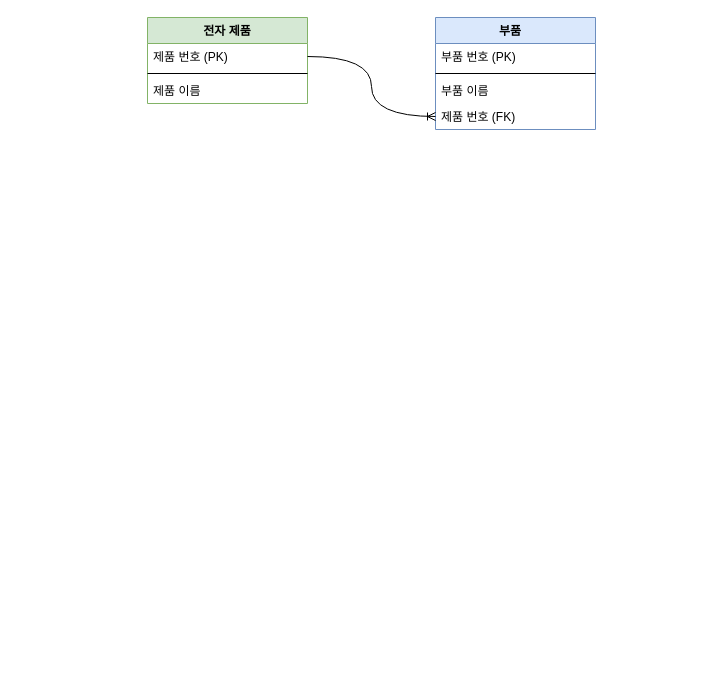
johoon-Choi/SQL_study keeps this draw.io diagram as ERD/Untitled Diagram.drawio. Above is the earlier version. Source tidied: cells renumbered, new cells numbered last; positions are measured from the earlier drawing's top-left corner, leaving out a move shared by most shapes. Both pictures are drawn from the tidied source at 100%, with x=0, y=0 at pixel (147, 17).
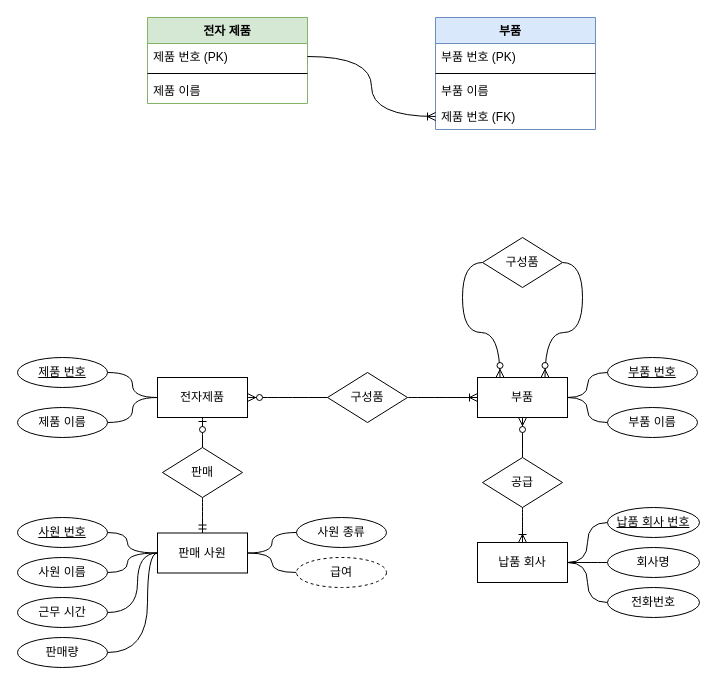
The same page after the edit.

Diff of the diagram source:
```diff
@@
+    <mxCell id="12" style="edgeStyle=orthogonalEdgeStyle;curved=1;rounded=0;jettySize=auto;html=1;exitX=1;exitY=0.5;exitDx=0;exitDy=0;entryX=0;entryY=0.5;entryDx=0;entryDy=0;endArrow=none;endFill=0;startArrow=ERzeroToMany;startFill=1;" parent="1" edge="1" source="14" target="23">
+      <mxGeometry relative="1" as="geometry" />
+    </mxCell>
+    <mxCell id="13" style="edgeStyle=orthogonalEdgeStyle;curved=1;rounded=0;jettySize=auto;html=1;exitX=0.5;exitY=1;exitDx=0;exitDy=0;entryX=0.5;entryY=0;entryDx=0;entryDy=0;startArrow=ERzeroToOne;startFill=1;endArrow=none;endFill=0;" parent="1" edge="1" source="14" target="47">
+      <mxGeometry relative="1" as="geometry" />
+    </mxCell>
+    <mxCell id="14" value="전자제품" style="rounded=0;whiteSpace=wrap;html=1;" parent="1" vertex="1">
+      <mxGeometry x="10" y="360" width="90" height="40" as="geometry" />
+    </mxCell>
+    <mxCell id="15" style="edgeStyle=orthogonalEdgeStyle;curved=1;rounded=0;jettySize=auto;html=1;exitX=0.5;exitY=1;exitDx=0;exitDy=0;entryX=0.5;entryY=0;entryDx=0;entryDy=0;startArrow=ERzeroToMany;startFill=1;endArrow=none;endFill=0;" parent="1" edge="1" source="17" target="32">
+      <mxGeometry relative="1" as="geometry" />
+    </mxCell>
+    <mxCell id="16" style="edgeStyle=orthogonalEdgeStyle;curved=1;rounded=0;jettySize=auto;html=1;exitX=1;exitY=0.5;exitDx=0;exitDy=0;entryX=0;entryY=0.5;entryDx=0;entryDy=0;startArrow=none;startFill=0;endArrow=none;endFill=0;" parent="1" edge="1" source="17" target="35">
+      <mxGeometry relative="1" as="geometry" />
+    </mxCell>
+    <mxCell id="17" value="부품" style="rounded=0;whiteSpace=wrap;html=1;" parent="1" vertex="1">
+      <mxGeometry x="330" y="360" width="90" height="40" as="geometry" />
+    </mxCell>
+    <mxCell id="18" style="edgeStyle=orthogonalEdgeStyle;curved=1;rounded=0;jettySize=auto;html=1;exitX=1;exitY=0.5;exitDx=0;exitDy=0;entryX=0;entryY=0.5;entryDx=0;entryDy=0;endArrow=none;endFill=0;" parent="1" edge="1" source="19" target="14">
+      <mxGeometry relative="1" as="geometry" />
+    </mxCell>
+    <mxCell id="19" value="&lt;u&gt;제품 번호&lt;/u&gt;" style="ellipse;whiteSpace=wrap;html=1;" parent="1" vertex="1">
+      <mxGeometry x="-130" y="340" width="90" height="30" as="geometry" />
+    </mxCell>
+    <mxCell id="20" style="edgeStyle=orthogonalEdgeStyle;curved=1;rounded=0;jettySize=auto;html=1;exitX=1;exitY=0.5;exitDx=0;exitDy=0;entryX=0;entryY=0.5;entryDx=0;entryDy=0;endArrow=none;endFill=0;" parent="1" edge="1" source="21" target="14">
+      <mxGeometry relative="1" as="geometry" />
+    </mxCell>
+    <mxCell id="21" value="제품 이름" style="ellipse;whiteSpace=wrap;html=1;" parent="1" vertex="1">
+      <mxGeometry x="-130" y="390" width="90" height="30" as="geometry" />
+    </mxCell>
+    <mxCell id="22" style="edgeStyle=orthogonalEdgeStyle;curved=1;rounded=0;jettySize=auto;html=1;exitX=1;exitY=0.5;exitDx=0;exitDy=0;entryX=0;entryY=0.5;entryDx=0;entryDy=0;endArrow=ERoneToMany;endFill=0;" parent="1" edge="1" source="23" target="17">
+      <mxGeometry relative="1" as="geometry" />
+    </mxCell>
+    <mxCell id="23" value="구성품" style="rhombus;whiteSpace=wrap;html=1;" parent="1" vertex="1">
+      <mxGeometry x="180" y="355" width="80" height="50" as="geometry" />
+    </mxCell>
+    <mxCell id="24" style="edgeStyle=orthogonalEdgeStyle;curved=1;rounded=0;jettySize=auto;html=1;exitX=1;exitY=0.5;exitDx=0;exitDy=0;entryX=0;entryY=0.5;entryDx=0;entryDy=0;startArrow=none;startFill=0;endArrow=none;endFill=0;" parent="1" edge="1" source="26" target="30">
+      <mxGeometry relative="1" as="geometry" />
+    </mxCell>
+    <mxCell id="25" style="edgeStyle=orthogonalEdgeStyle;curved=1;rounded=0;jettySize=auto;html=1;exitX=1;exitY=0.5;exitDx=0;exitDy=0;entryX=0;entryY=0.5;entryDx=0;entryDy=0;startArrow=none;startFill=0;endArrow=none;endFill=0;" parent="1" edge="1" source="26" target="29">
+      <mxGeometry relative="1" as="geometry" />
+    </mxCell>
+    <mxCell id="26" value="납품 회사" style="rounded=0;whiteSpace=wrap;html=1;" parent="1" vertex="1">
+      <mxGeometry x="330" y="525" width="90" height="40" as="geometry" />
+    </mxCell>
+    <mxCell id="27" style="edgeStyle=orthogonalEdgeStyle;curved=1;rounded=0;jettySize=auto;html=1;exitX=0;exitY=0.5;exitDx=0;exitDy=0;entryX=1;entryY=0.5;entryDx=0;entryDy=0;startArrow=none;startFill=0;endArrow=none;endFill=0;" parent="1" edge="1" source="28" target="26">
+      <mxGeometry relative="1" as="geometry" />
+    </mxCell>
+    <mxCell id="28" value="회사명" style="ellipse;whiteSpace=wrap;html=1;" parent="1" vertex="1">
+      <mxGeometry x="460" y="530" width="92" height="30" as="geometry" />
+    </mxCell>
+    <mxCell id="29" value="전화번호&lt;br&gt;" style="ellipse;whiteSpace=wrap;html=1;" parent="1" vertex="1">
+      <mxGeometry x="460" y="570" width="92" height="30" as="geometry" />
+    </mxCell>
+    <mxCell id="30" value="&lt;u&gt;납품 회사 번호&lt;/u&gt;" style="ellipse;whiteSpace=wrap;html=1;" parent="1" vertex="1">
+      <mxGeometry x="460" y="490" width="92" height="30" as="geometry" />
+    </mxCell>
+    <mxCell id="31" style="edgeStyle=orthogonalEdgeStyle;curved=1;rounded=0;jettySize=auto;html=1;exitX=0.5;exitY=1;exitDx=0;exitDy=0;entryX=0.5;entryY=0;entryDx=0;entryDy=0;startArrow=none;startFill=0;endArrow=ERoneToMany;endFill=0;" parent="1" edge="1" source="32" target="26">
+      <mxGeometry relative="1" as="geometry" />
+    </mxCell>
+    <mxCell id="32" value="공급" style="rhombus;whiteSpace=wrap;html=1;" parent="1" vertex="1">
+      <mxGeometry x="335" y="440" width="80" height="50" as="geometry" />
+    </mxCell>
+    <mxCell id="33" style="edgeStyle=orthogonalEdgeStyle;curved=1;rounded=0;jettySize=auto;html=1;exitX=0;exitY=0.5;exitDx=0;exitDy=0;entryX=1;entryY=0.5;entryDx=0;entryDy=0;startArrow=none;startFill=0;endArrow=none;endFill=0;" parent="1" edge="1" source="34" target="17">
+      <mxGeometry relative="1" as="geometry" />
+    </mxCell>
+    <mxCell id="34" value="부품 이름" style="ellipse;whiteSpace=wrap;html=1;" parent="1" vertex="1">
+      <mxGeometry x="460" y="390" width="90" height="30" as="geometry" />
+    </mxCell>
+    <mxCell id="35" value="&lt;u&gt;부품 번호&lt;/u&gt;" style="ellipse;whiteSpace=wrap;html=1;" parent="1" vertex="1">
+      <mxGeometry x="460" y="340" width="90" height="30" as="geometry" />
+    </mxCell>
+    <mxCell id="36" style="edgeStyle=orthogonalEdgeStyle;curved=1;rounded=0;jettySize=auto;html=1;exitX=0;exitY=0.5;exitDx=0;exitDy=0;entryX=0.25;entryY=0;entryDx=0;entryDy=0;startArrow=none;startFill=0;endArrow=ERzeroToMany;endFill=1;" parent="1" edge="1" source="38" target="17">
+      <mxGeometry relative="1" as="geometry" />
+    </mxCell>
+    <mxCell id="37" style="edgeStyle=orthogonalEdgeStyle;curved=1;rounded=0;jettySize=auto;html=1;exitX=1;exitY=0.5;exitDx=0;exitDy=0;entryX=0.75;entryY=0;entryDx=0;entryDy=0;startArrow=none;startFill=0;endArrow=ERzeroToMany;endFill=1;" parent="1" edge="1" source="38" target="17">
+      <mxGeometry relative="1" as="geometry" />
+    </mxCell>
+    <mxCell id="38" value="구성품" style="rhombus;whiteSpace=wrap;html=1;" parent="1" vertex="1">
+      <mxGeometry x="335" y="220" width="80" height="50" as="geometry" />
+    </mxCell>
+    <mxCell id="39" style="edgeStyle=orthogonalEdgeStyle;curved=1;rounded=0;jettySize=auto;html=1;exitX=1;exitY=0.5;exitDx=0;exitDy=0;entryX=0;entryY=0.5;entryDx=0;entryDy=0;startArrow=none;startFill=0;endArrow=none;endFill=0;" parent="1" edge="1" source="41" target="52">
+      <mxGeometry relative="1" as="geometry" />
+    </mxCell>
+    <mxCell id="40" style="edgeStyle=orthogonalEdgeStyle;curved=1;rounded=0;jettySize=auto;html=1;exitX=1;exitY=0.5;exitDx=0;exitDy=0;entryX=0;entryY=0.5;entryDx=0;entryDy=0;startArrow=none;startFill=0;endArrow=none;endFill=0;" parent="1" edge="1" source="41" target="53">
+      <mxGeometry relative="1" as="geometry" />
+    </mxCell>
+    <mxCell id="41" value="판매 사원" style="rounded=0;whiteSpace=wrap;html=1;" parent="1" vertex="1">
+      <mxGeometry x="10" y="515.5" width="90" height="40" as="geometry" />
+    </mxCell>
+    <mxCell id="42" style="edgeStyle=orthogonalEdgeStyle;curved=1;rounded=0;jettySize=auto;html=1;exitX=1;exitY=0.5;exitDx=0;exitDy=0;entryX=0;entryY=0.5;entryDx=0;entryDy=0;startArrow=none;startFill=0;endArrow=none;endFill=0;" parent="1" edge="1" source="43" target="41">
+      <mxGeometry relative="1" as="geometry">
+        <Array as="points">
+          <mxPoint x="-20" y="515" />
+          <mxPoint x="-20" y="535" />
+        </Array>
+      </mxGeometry>
+    </mxCell>
+    <mxCell id="43" value="&lt;u&gt;사원 번호&lt;/u&gt;" style="ellipse;whiteSpace=wrap;html=1;" parent="1" vertex="1">
+      <mxGeometry x="-130" y="500" width="90" height="30" as="geometry" />
+    </mxCell>
+    <mxCell id="44" style="edgeStyle=orthogonalEdgeStyle;curved=1;rounded=0;jettySize=auto;html=1;exitX=1;exitY=0.5;exitDx=0;exitDy=0;startArrow=none;startFill=0;endArrow=none;endFill=0;" parent="1" edge="1" source="45">
+      <mxGeometry relative="1" as="geometry">
+        <mxPoint x="10" y="535.5" as="targetPoint" />
+        <Array as="points">
+          <mxPoint x="-20" y="555" />
+          <mxPoint x="-20" y="535" />
+        </Array>
+      </mxGeometry>
+    </mxCell>
+    <mxCell id="45" value="사원 이름" style="ellipse;whiteSpace=wrap;html=1;" parent="1" vertex="1">
+      <mxGeometry x="-130" y="540" width="90" height="30" as="geometry" />
+    </mxCell>
+    <mxCell id="46" style="edgeStyle=orthogonalEdgeStyle;curved=1;rounded=0;jettySize=auto;html=1;exitX=0.5;exitY=1;exitDx=0;exitDy=0;entryX=0.5;entryY=0;entryDx=0;entryDy=0;startArrow=none;startFill=0;endArrow=ERmandOne;endFill=0;" parent="1" edge="1" source="47" target="41">
+      <mxGeometry relative="1" as="geometry" />
+    </mxCell>
+    <mxCell id="47" value="판매" style="rhombus;whiteSpace=wrap;html=1;" parent="1" vertex="1">
+      <mxGeometry x="15" y="430" width="80" height="50" as="geometry" />
+    </mxCell>
+    <mxCell id="48" style="edgeStyle=orthogonalEdgeStyle;curved=1;rounded=0;jettySize=auto;html=1;exitX=1;exitY=0.5;exitDx=0;exitDy=0;entryX=0;entryY=0.5;entryDx=0;entryDy=0;startArrow=none;startFill=0;endArrow=none;endFill=0;" parent="1" edge="1" source="49" target="41">
+      <mxGeometry relative="1" as="geometry">
+        <Array as="points">
+          <mxPoint x="-10" y="595" />
+          <mxPoint x="-10" y="535" />
+        </Array>
+      </mxGeometry>
+    </mxCell>
+    <mxCell id="49" value="근무 시간" style="ellipse;whiteSpace=wrap;html=1;" parent="1" vertex="1">
+      <mxGeometry x="-130" y="580" width="90" height="30" as="geometry" />
+    </mxCell>
+    <mxCell id="50" style="edgeStyle=orthogonalEdgeStyle;curved=1;rounded=0;jettySize=auto;html=1;exitX=1;exitY=0.5;exitDx=0;exitDy=0;entryX=0;entryY=0.5;entryDx=0;entryDy=0;startArrow=none;startFill=0;endArrow=none;endFill=0;" parent="1" edge="1" source="51" target="41">
+      <mxGeometry relative="1" as="geometry">
+        <Array as="points">
+          <mxPoint y="635" />
+          <mxPoint y="535" />
+        </Array>
+      </mxGeometry>
+    </mxCell>
+    <mxCell id="51" value="판매량" style="ellipse;whiteSpace=wrap;html=1;" parent="1" vertex="1">
+      <mxGeometry x="-130" y="620" width="90" height="30" as="geometry" />
+    </mxCell>
+    <mxCell id="52" value="사원 종류" style="ellipse;whiteSpace=wrap;html=1;" parent="1" vertex="1">
+      <mxGeometry x="149" y="500" width="90" height="30" as="geometry" />
+    </mxCell>
+    <mxCell id="53" value="급여" style="ellipse;whiteSpace=wrap;html=1;dashed=1;" parent="1" vertex="1">
+      <mxGeometry x="149" y="540" width="90" height="30" as="geometry" />
+    </mxCell>
```
